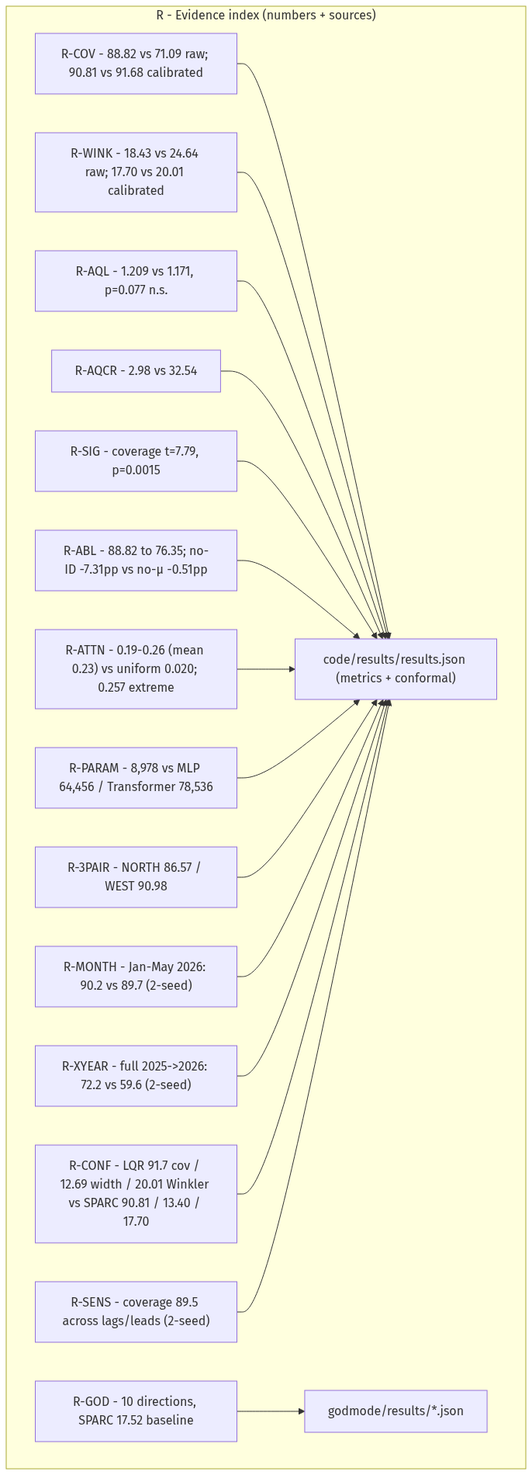
Above: docs/explanation/07-sparc-full-11-G_R.png in L1ZLe/ercot-casp-paper (Mermaid), before the change. Its source is kept beside it as docs/explanation/07-sparc-full-11-G_R.mmd.
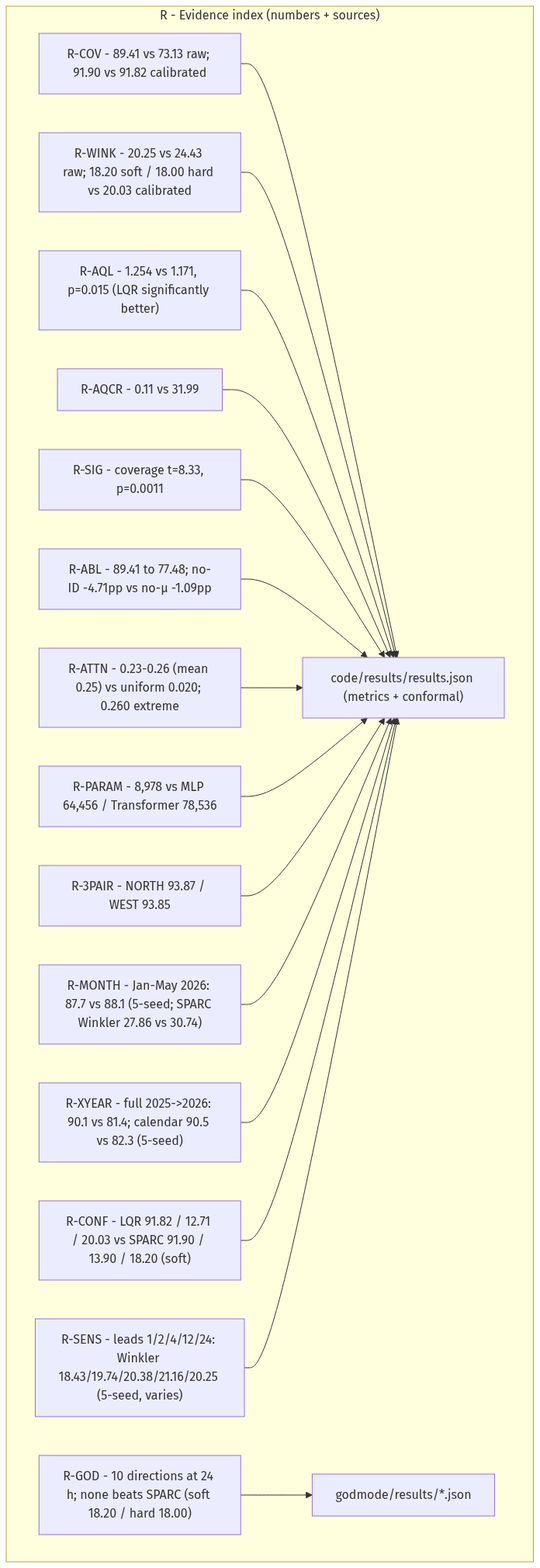
Later version of the same file.

Diff of the diagram source:
```diff
@@ -13,5 +13,5 @@
     R11["R-XYEAR - full 2025->2026: 90.1 vs 81.4; calendar 90.5 vs 82.3 (5-seed)"] --> SRC1
     R12["R-CONF - LQR 91.82 / 12.71 / 20.03 vs SPARC 91.90 / 13.90 / 18.20 (soft)"] --> SRC1
     R13["R-SENS - leads 1/2/4/12/24: Winkler 18.43/19.74/20.38/21.16/20.25 (5-seed, varies)"] --> SRC1
-    R14["R-GOD - 10 directions, SPARC 17.52 baseline (1 h lead)"] --> SRC2["godmode/results/*.json"]
+    R14["R-GOD - 10 directions at 24 h; none beats SPARC (soft 18.20 / hard 18.00)"] --> SRC2["godmode/results/*.json"]
   end
```
